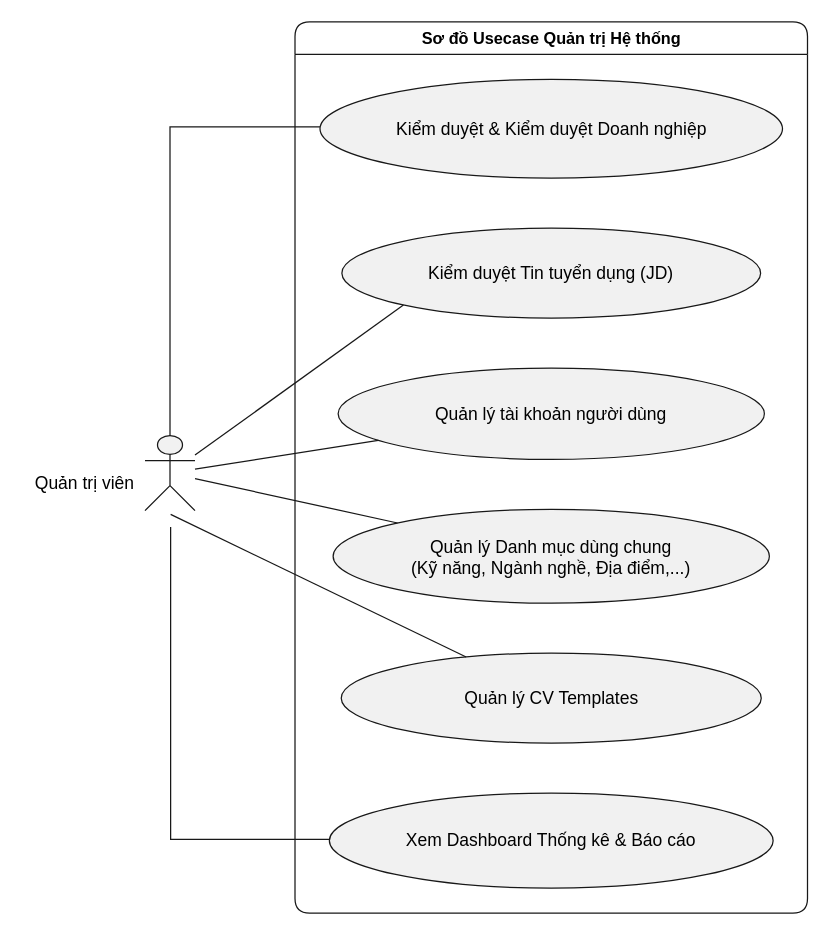
SE-Project-CTU/smart-recruitment-docs keeps this draw.io diagram as diagrams/usecase_admin.drawio. Above is the earlier version. Source tidied: cells renumbered, new cells numbered last; positions are measured from the earlier drawing's top-left corner, leaving out a move shared by most shapes. Both pictures are drawn from the tidied source at 125%, with x=0, y=0 at pixel (21, 21).
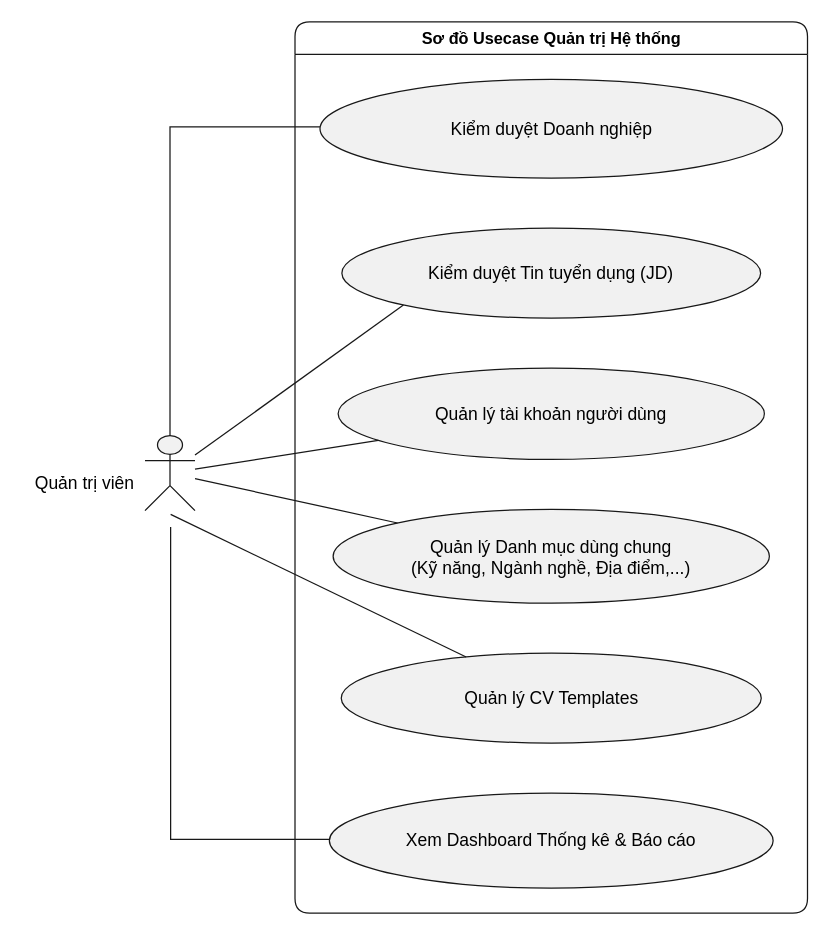
The same diagram, later.

Commit message (it also covers changes not shown here):
refactor: fix usecase diagrams

Unchanged cells that the change refers to:
```xml
<mxCell id="2" value="Sơ đồ Usecase Quản trị Hệ thống" style="swimlane;startSize=26;fillColor=none;strokeColor=#181818;fontColor=#000000;fontSize=13;fontStyle=1;whiteSpace=wrap;shadow=0;rounded=1;" parent="1" vertex="1">
  <mxGeometry x="218.5" width="410" height="713" as="geometry" />
</mxCell>
```

What changed in the source:
```diff
@@
-    <mxCell id="3" value="Kiểm duyệt &amp;amp; Kiểm duyệt Doanh nghiệp" style="ellipse;html=1;fillColor=#F1F1F1;strokeColor=#181818;whiteSpace=wrap;fontColor=#000000;fontSize=14;shadow=0;" parent="2" vertex="1">
+    <mxCell id="3" value="Kiểm duyệt Doanh nghiệp" style="ellipse;html=1;fillColor=#F1F1F1;strokeColor=#181818;whiteSpace=wrap;fontColor=#000000;fontSize=14;shadow=0;" parent="2" vertex="1">
       <mxGeometry x="20" y="46" width="370" height="79" as="geometry" />
     </mxCell>
```
